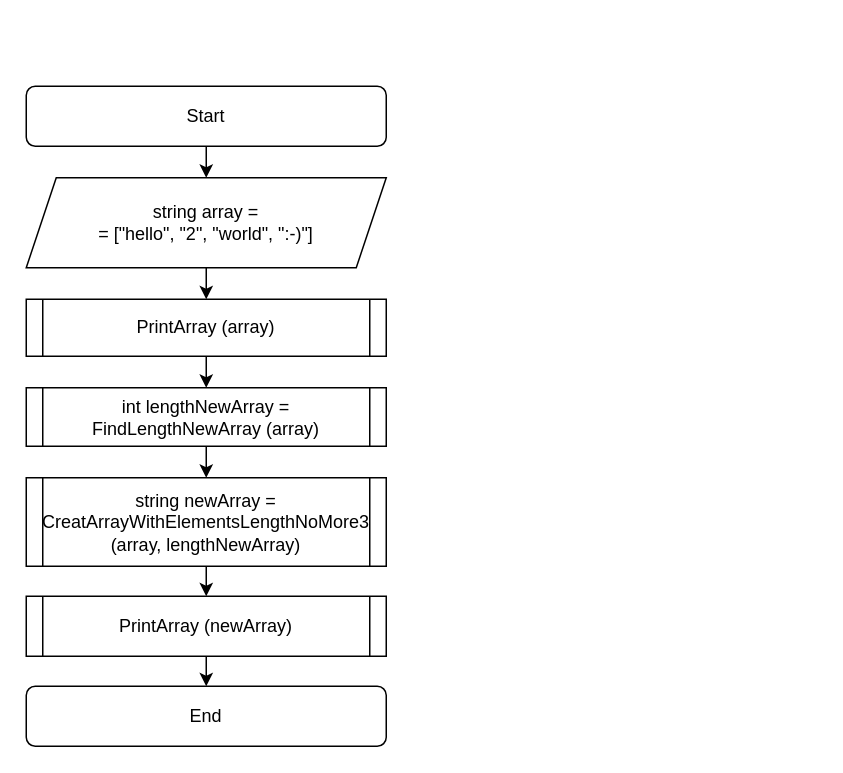
This is block diagram.drawio from TonyKorolev/Main-Test, a draw.io file, before an edit. Source tidied: cells renumbered, new cells numbered last; positions are measured from the earlier drawing's top-left corner, leaving out a move shared by most shapes. Both pictures are drawn from the tidied source at 150%, with x=0, y=0 at pixel (26, 86).
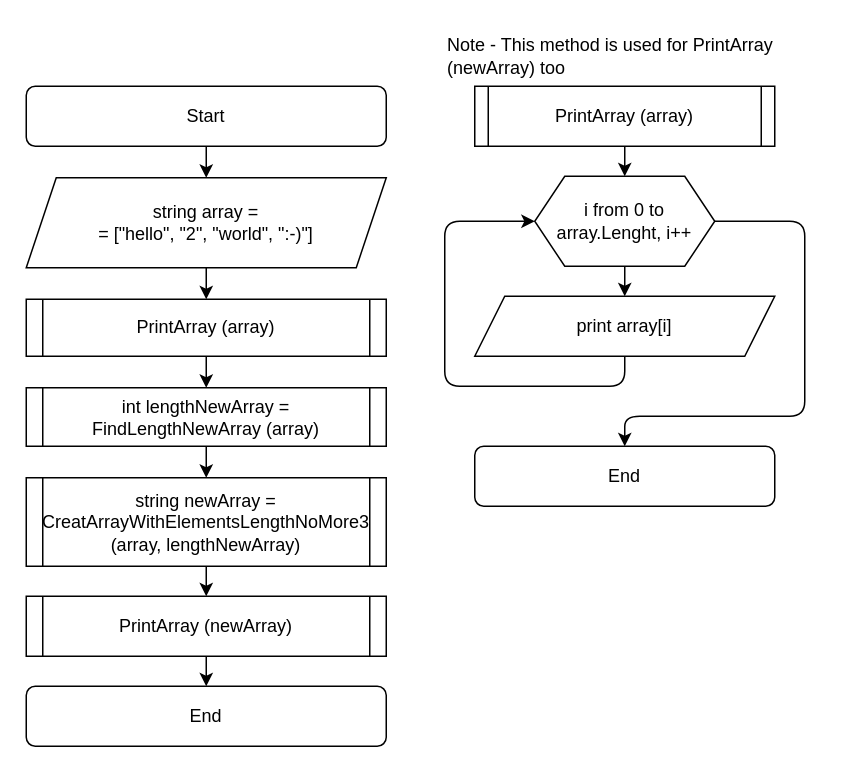
The same diagram, later.

Commit message:
creat block diagram FindLengthNewArray

Change to the diagram source:
```diff
@@
+    <mxCell id="15" value="&lt;span&gt;i from 0 to array.Lenght, i++&lt;/span&gt;" style="shape=hexagon;perimeter=hexagonPerimeter2;whiteSpace=wrap;html=1;fixedSize=1;" parent="1" vertex="1">
+      <mxGeometry x="339" y="60" width="120" height="60" as="geometry" />
+    </mxCell>
+    <mxCell id="16" value="PrintArray (array)" style="shape=process;whiteSpace=wrap;html=1;backgroundOutline=1;size=0.045;" parent="1" vertex="1">
+      <mxGeometry x="299" width="200" height="40" as="geometry" />
+    </mxCell>
+    <mxCell id="17" style="endArrow=classic;html=1;exitX=0.5;exitY=1;exitDx=0;exitDy=0;entryX=0.5;entryY=0;entryDx=0;entryDy=0;" parent="1" edge="1" source="16" target="15">
+      <mxGeometry relative="1" as="geometry" />
+    </mxCell>
+    <mxCell id="18" value="print array[i]" style="shape=parallelogram;perimeter=parallelogramPerimeter;whiteSpace=wrap;html=1;fixedSize=1;" parent="1" vertex="1">
+      <mxGeometry x="299" y="140" width="200" height="40" as="geometry" />
+    </mxCell>
+    <mxCell id="19" style="endArrow=classic;html=1;exitX=0.5;exitY=1;exitDx=0;exitDy=0;entryX=0.5;entryY=0;entryDx=0;entryDy=0;" parent="1" edge="1" source="15" target="18">
+      <mxGeometry relative="1" as="geometry" />
+    </mxCell>
+    <mxCell id="20" value="End" style="rounded=1;whiteSpace=wrap;html=1;" parent="1" vertex="1">
+      <mxGeometry x="299" y="240" width="200" height="40" as="geometry" />
+    </mxCell>
+    <mxCell id="21" style="endArrow=classic;html=1;entryX=0;entryY=0.5;entryDx=0;entryDy=0;exitX=0.5;exitY=1;exitDx=0;exitDy=0;" parent="1" edge="1" source="18" target="15">
+      <mxGeometry relative="1" as="geometry">
+        <Array as="points">
+          <mxPoint x="399" y="200" />
+          <mxPoint x="279" y="200" />
+          <mxPoint x="279" y="170" />
+          <mxPoint x="279" y="90" />
+        </Array>
+      </mxGeometry>
+    </mxCell>
+    <mxCell id="22" style="endArrow=classic;html=1;exitX=1;exitY=0.5;exitDx=0;exitDy=0;entryX=0.5;entryY=0;entryDx=0;entryDy=0;" parent="1" edge="1" source="15" target="20">
+      <mxGeometry relative="1" as="geometry">
+        <Array as="points">
+          <mxPoint x="519" y="90" />
+          <mxPoint x="519" y="220" />
+          <mxPoint x="399" y="220" />
+        </Array>
+      </mxGeometry>
+    </mxCell>
+    <mxCell id="23" value="Note - This method is used for PrintArray (newArray) too" style="text;html=1;strokeColor=none;fillColor=none;align=left;verticalAlign=middle;whiteSpace=wrap;rounded=0;" parent="1" vertex="1">
+      <mxGeometry x="278.5" y="-40" width="241" height="40" as="geometry" />
+    </mxCell>
```
